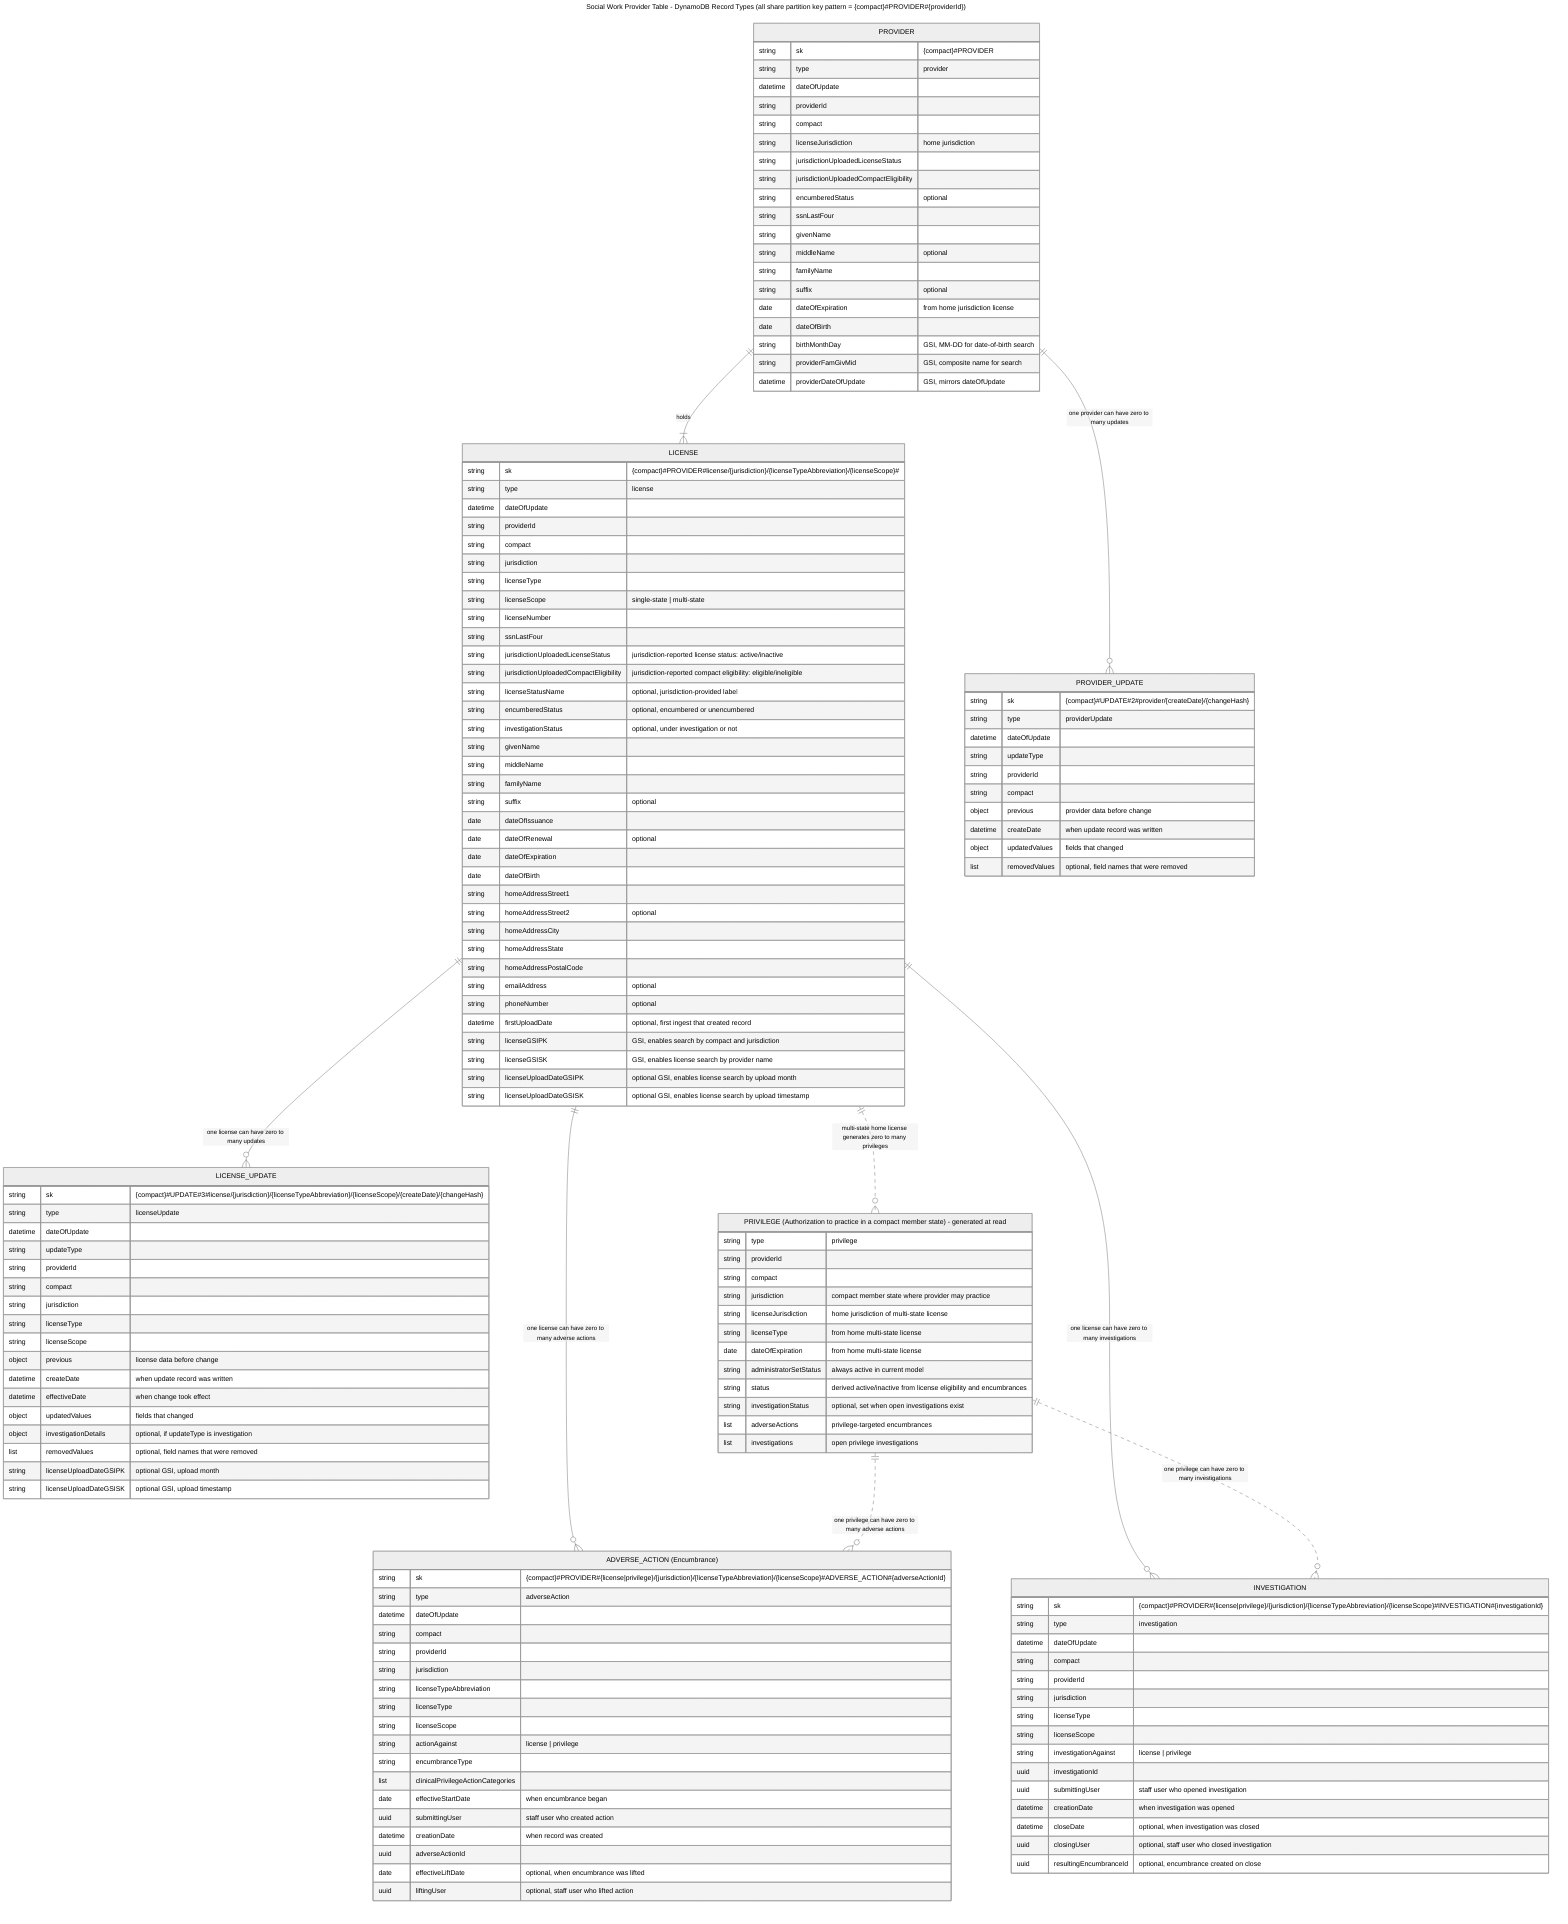
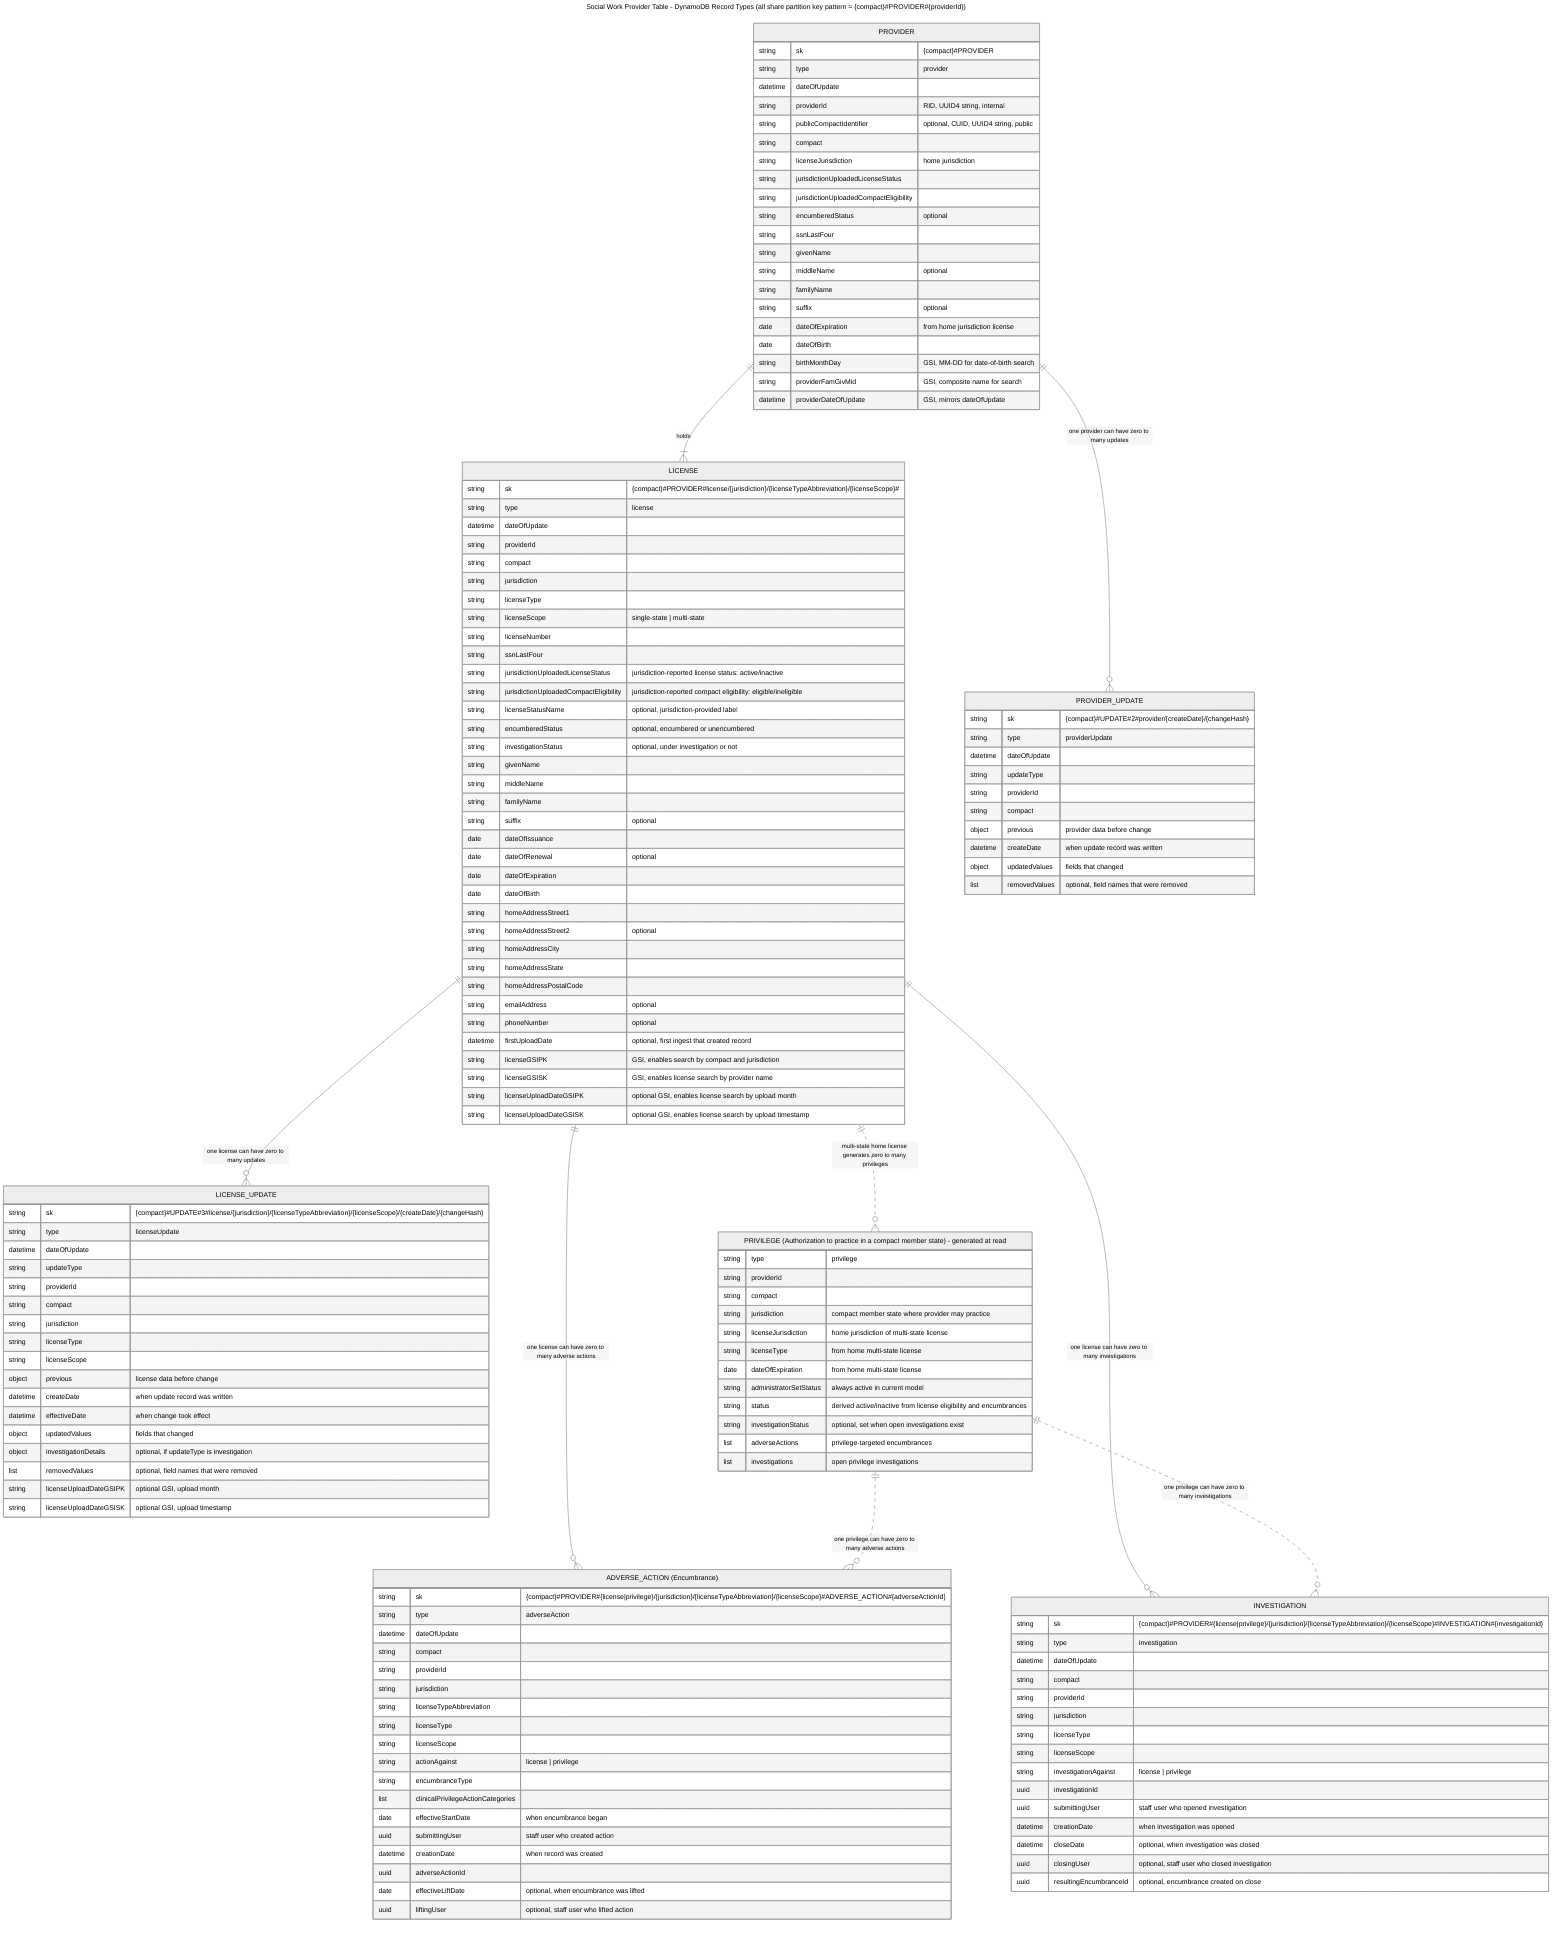
---
title: Social Work Provider Table - DynamoDB Record Types (all share partition key pattern = {compact}#PROVIDER#{providerId})
config:
  theme: neutral
---
erDiagram
    PROVIDER {
        string sk "{compact}#PROVIDER"
        string type "provider"
        datetime dateOfUpdate
-         string providerId
+         string providerId "RID, UUID4 string, internal"
+         string publicCompactIdentifier "optional, CUID, UUID4 string, public"
        string compact
        string licenseJurisdiction "home jurisdiction"
        string jurisdictionUploadedLicenseStatus
        string jurisdictionUploadedCompactEligibility
        string encumberedStatus "optional"
        string ssnLastFour
        string givenName
        string middleName "optional"
        string familyName
        string suffix "optional"
        date dateOfExpiration "from home jurisdiction license"
        date dateOfBirth
        string birthMonthDay "GSI, MM-DD for date-of-birth search"
        string providerFamGivMid "GSI, composite name for search"
        datetime providerDateOfUpdate "GSI, mirrors dateOfUpdate"
    }

    LICENSE {
        string sk "{compact}#PROVIDER#license/{jurisdiction}/{licenseTypeAbbreviation}/{licenseScope}#"
        string type "license"
        datetime dateOfUpdate
        string providerId
        string compact
        string jurisdiction
        string licenseType
        string licenseScope "single-state | multi-state"
        string licenseNumber
        string ssnLastFour
        string jurisdictionUploadedLicenseStatus "jurisdiction-reported license status: active/inactive"
        string jurisdictionUploadedCompactEligibility "jurisdiction-reported compact eligibility: eligible/ineligible"
        string licenseStatusName "optional, jurisdiction-provided label"
        string encumberedStatus "optional, encumbered or unencumbered"
        string investigationStatus "optional, under investigation or not"
        string givenName
        string middleName
        string familyName
        string suffix "optional"
        date dateOfIssuance
        date dateOfRenewal "optional"
        date dateOfExpiration
        date dateOfBirth
        string homeAddressStreet1
        string homeAddressStreet2 "optional"
        string homeAddressCity
        string homeAddressState
        string homeAddressPostalCode
        string emailAddress "optional"
        string phoneNumber "optional"
        datetime firstUploadDate "optional, first ingest that created record"
        string licenseGSIPK "GSI, enables search by compact and jurisdiction"
        string licenseGSISK "GSI, enables license search by provider name"
        string licenseUploadDateGSIPK "optional GSI, enables license search by upload month"
        string licenseUploadDateGSISK "optional GSI, enables license search by upload timestamp"
    }

    LICENSE_UPDATE {
        string sk "{compact}#UPDATE#3#license/{jurisdiction}/{licenseTypeAbbreviation}/{licenseScope}/{createDate}/{changeHash}"
        string type "licenseUpdate"
        datetime dateOfUpdate
        string updateType
        string providerId
        string compact
        string jurisdiction
        string licenseType
        string licenseScope
        object previous "license data before change"
        datetime createDate "when update record was written"
        datetime effectiveDate "when change took effect"
        object updatedValues "fields that changed"
        object investigationDetails "optional, if updateType is investigation"
        list removedValues "optional, field names that were removed"
        string licenseUploadDateGSIPK "optional GSI, upload month"
        string licenseUploadDateGSISK "optional GSI, upload timestamp"
    }

    PROVIDER_UPDATE {
        string sk "{compact}#UPDATE#2#provider/{createDate}/{changeHash}"
        string type "providerUpdate"
        datetime dateOfUpdate
        string updateType
        string providerId
        string compact
        object previous "provider data before change"
        datetime createDate "when update record was written"
        object updatedValues "fields that changed"
        list removedValues "optional, field names that were removed"
    }

    ADVERSE_ACTION["ADVERSE_ACTION (Encumbrance)"] {
        string sk "{compact}#PROVIDER#{license|privilege}/{jurisdiction}/{licenseTypeAbbreviation}/{licenseScope}#ADVERSE_ACTION#{adverseActionId}"
        string type "adverseAction"
        datetime dateOfUpdate
        string compact
        string providerId
        string jurisdiction
        string licenseTypeAbbreviation
        string licenseType
        string licenseScope
        string actionAgainst "license | privilege"
        string encumbranceType
        list clinicalPrivilegeActionCategories
        date effectiveStartDate "when encumbrance began"
        uuid submittingUser "staff user who created action"
        datetime creationDate "when record was created"
        uuid adverseActionId
        date effectiveLiftDate "optional, when encumbrance was lifted"
        uuid liftingUser "optional, staff user who lifted action"
    }

    INVESTIGATION {
        string sk "{compact}#PROVIDER#{license|privilege}/{jurisdiction}/{licenseTypeAbbreviation}/{licenseScope}#INVESTIGATION#{investigationId}"
        string type "investigation"
        datetime dateOfUpdate
        string compact
        string providerId
        string jurisdiction
        string licenseType
        string licenseScope
        string investigationAgainst "license | privilege"
        uuid investigationId
        uuid submittingUser "staff user who opened investigation"
        datetime creationDate "when investigation was opened"
        datetime closeDate "optional, when investigation was closed"
        uuid closingUser "optional, staff user who closed investigation"
        uuid resultingEncumbranceId "optional, encumbrance created on close"
    }

    PRIVILEGE["PRIVILEGE (Authorization to practice in a compact member state) - generated at read"] {
        string type "privilege"
        string providerId
        string compact
        string jurisdiction "compact member state where provider may practice"
        string licenseJurisdiction "home jurisdiction of multi-state license"
        string licenseType "from home multi-state license"
        date dateOfExpiration "from home multi-state license"
        string administratorSetStatus "always active in current model"
        string status "derived active/inactive from license eligibility and encumbrances"
        string investigationStatus "optional, set when open investigations exist"
        list adverseActions "privilege-targeted encumbrances"
        list investigations "open privilege investigations"
    }

    PROVIDER ||--|{ LICENSE : "holds"
    PROVIDER ||--o{ PROVIDER_UPDATE : "one provider can have zero to many updates"
    LICENSE ||--o{ LICENSE_UPDATE : "one license can have zero to many updates"
    LICENSE ||--o{ ADVERSE_ACTION : "one license can have zero to many adverse actions"
    LICENSE ||--o{ INVESTIGATION : "one license can have zero to many investigations"
    LICENSE ||..o{ PRIVILEGE : "multi-state home license generates zero to many privileges"
    PRIVILEGE ||..o{ ADVERSE_ACTION : "one privilege can have zero to many adverse actions"
    PRIVILEGE ||..o{ INVESTIGATION : "one privilege can have zero to many investigations"
